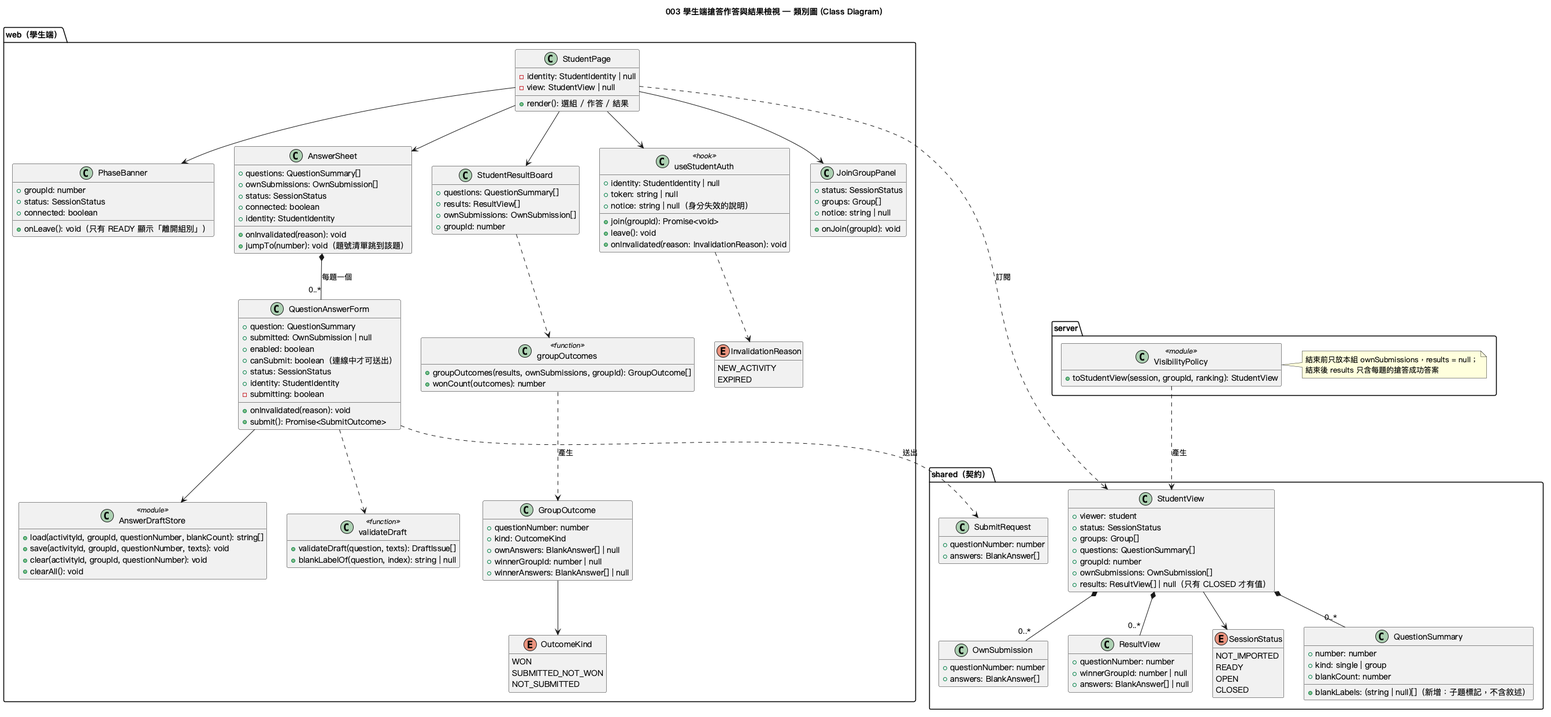
Above: diagrams/003-student-quiz-participation-class.png in kevin20694569/classroom_response_system (PlantUML), before the change.
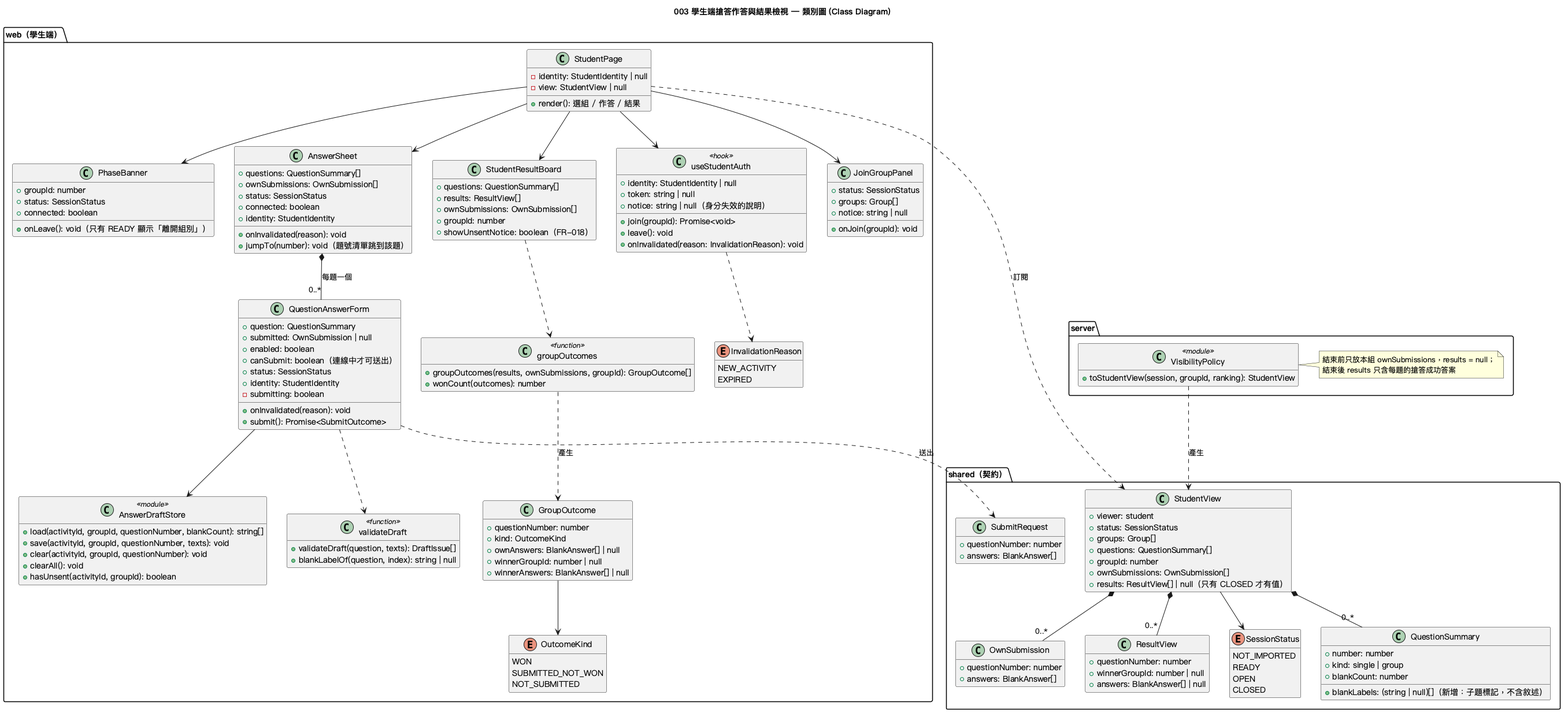
Above is the later version.

Diff of the diagram source:
```diff
@@ -110,6 +110,7 @@
     +save(activityId, groupId, questionNumber, texts): void
     +clear(activityId, groupId, questionNumber): void
     +clearAll(): void
+    +hasUnsent(activityId, groupId): boolean
   }
   class validateDraft <<function>> {
     +validateDraft(question, texts): DraftIssue[]
@@ -120,6 +121,7 @@
     +results: ResultView[]
     +ownSubmissions: OwnSubmission[]
     +groupId: number
+    +showUnsentNotice: boolean（FR-018）
   }
   class groupOutcomes <<function>> {
     +groupOutcomes(results, ownSubmissions, groupId): GroupOutcome[]
```
